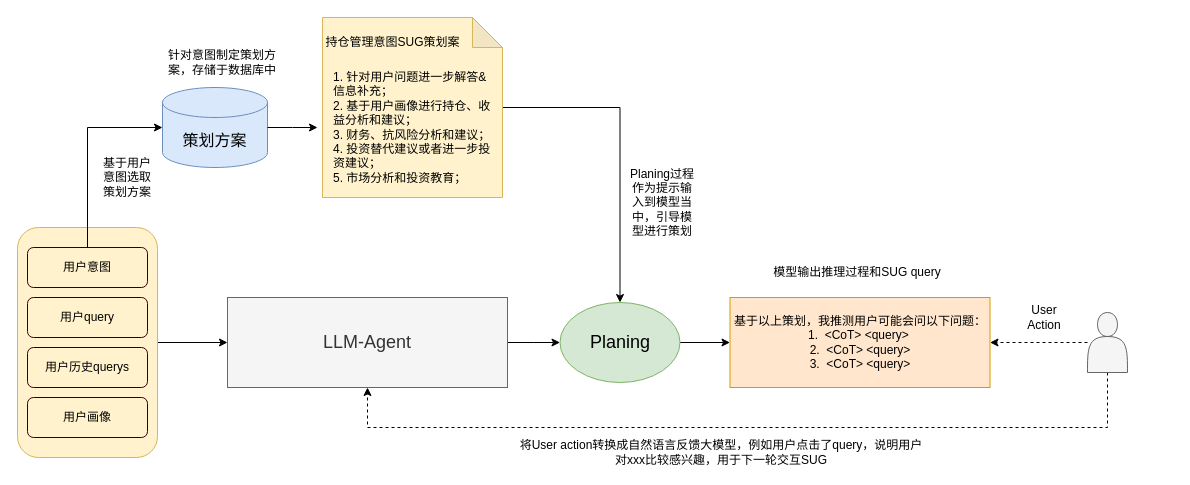
This is SUG-Agent.drawio from ZhangHammer/ZhangHammer, a draw.io file, before an edit. Source tidied: cells renumbered, new cells numbered last; positions are measured from the earlier drawing's top-left corner, leaving out a move shared by most shapes. Both pictures are drawn from the tidied source at 100%, with x=0, y=0 at pixel (17, 17).
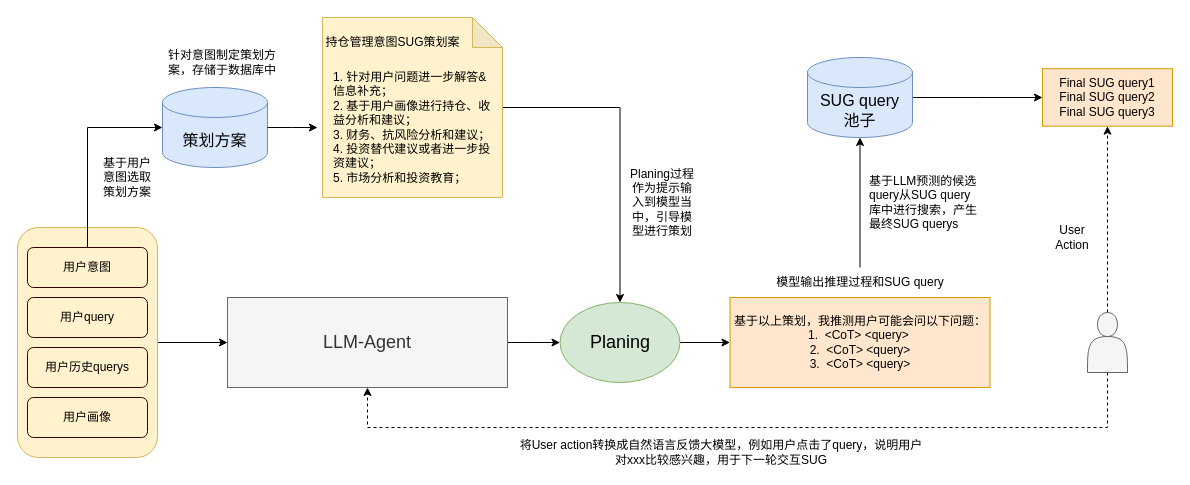
The same page after the edit.

Unchanged cells that the change refers to:
```xml
<mxCell id="20" value="基于以上策划，我推测用户可能会问以下问题：&lt;br style=&quot;border-color: var(--border-color); color: rgb(0, 0, 0);&quot;&gt;&lt;span style=&quot;border-color: var(--border-color); color: rgb(0, 0, 0);&quot;&gt;1.&amp;nbsp; &amp;lt;CoT&amp;gt; &amp;lt;query&amp;gt;&amp;nbsp;&lt;/span&gt;&lt;br style=&quot;border-color: var(--border-color); color: rgb(0, 0, 0);&quot;&gt;&lt;span style=&quot;border-color: var(--border-color); color: rgb(0, 0, 0);&quot;&gt;2.&amp;nbsp; &amp;lt;CoT&amp;gt; &amp;lt;query&amp;gt;&lt;/span&gt;&lt;br style=&quot;border-color: var(--border-color); color: rgb(0, 0, 0);&quot;&gt;&lt;span style=&quot;border-color: var(--border-color); color: rgb(0, 0, 0);&quot;&gt;3.&amp;nbsp; &amp;lt;CoT&amp;gt; &amp;lt;query&amp;gt;&lt;/span&gt;" style="rounded=0;whiteSpace=wrap;html=1;fillColor=#ffe6cc;strokeColor=#d79b00;" parent="1" vertex="1">
  <mxGeometry x="712.5" y="280" width="260" height="90" as="geometry" />
</mxCell>
<mxCell id="26" style="shape=actor;whiteSpace=wrap;html=1;fillColor=#f5f5f5;strokeColor=#666666;fontColor=#333333;" parent="1" vertex="1">
  <mxGeometry x="1070" y="295" width="40" height="60" as="geometry" />
</mxCell>
```

Change to the diagram source:
```diff
@@
+    <mxCell id="29" style="edgeStyle=orthogonalEdgeStyle;rounded=0;jettySize=auto;html=1;" parent="1" edge="1" source="19" target="32">
+      <mxGeometry relative="1" as="geometry" />
+    </mxCell>
     <mxCell id="19" value="模型输出推理过程和SUG query" style="text;html=1;strokeColor=none;fillColor=none;align=center;verticalAlign=middle;whiteSpace=wrap;rounded=0;" parent="1" vertex="1">
-      <mxGeometry x="740" y="240" width="200" height="30" as="geometry" />
+      <mxGeometry x="742.5" y="250" width="200" height="30" as="geometry" />
     </mxCell>
@@
-    <mxCell id="24" style="edgeStyle=orthogonalEdgeStyle;rounded=0;jettySize=auto;html=1;dashed=1;" parent="1" edge="1" source="26" target="20">
-      <mxGeometry relative="1" as="geometry" />
-    </mxCell>
@@
+    <mxCell id="30" style="edgeStyle=orthogonalEdgeStyle;rounded=0;jettySize=auto;html=1;entryX=0.5;entryY=1;entryDx=0;entryDy=0;dashed=1;" parent="1" edge="1" source="26" target="34">
+      <mxGeometry relative="1" as="geometry" />
+    </mxCell>
@@
     <mxCell id="27" value="User Action" style="text;html=1;strokeColor=none;fillColor=none;align=center;verticalAlign=middle;whiteSpace=wrap;rounded=0;" parent="1" vertex="1">
-      <mxGeometry x="997" y="285" width="60" height="30" as="geometry" />
+      <mxGeometry x="1025" y="210" width="60" height="20" as="geometry" />
     </mxCell>
@@
+    <mxCell id="31" style="edgeStyle=orthogonalEdgeStyle;rounded=0;jettySize=auto;html=1;" parent="1" edge="1" source="32" target="34">
+      <mxGeometry relative="1" as="geometry" />
+    </mxCell>
+    <mxCell id="32" value="&lt;font style=&quot;font-size: 16px;&quot;&gt;SUG query&lt;br&gt;池子&lt;br&gt;&lt;/font&gt;" style="shape=cylinder3;whiteSpace=wrap;html=1;boundedLbl=1;backgroundOutline=1;size=15;fillColor=#dae8fc;strokeColor=#6c8ebf;" parent="1" vertex="1">
+      <mxGeometry x="790" y="40" width="105" height="80" as="geometry" />
+    </mxCell>
+    <mxCell id="33" value="基于LLM预测的候选query从SUG query库中进行搜索，产生最终SUG querys" style="text;html=1;strokeColor=none;fillColor=none;align=left;verticalAlign=middle;whiteSpace=wrap;rounded=0;" parent="1" vertex="1">
+      <mxGeometry x="850" y="130" width="110" height="110" as="geometry" />
+    </mxCell>
+    <mxCell id="34" value="Final SUG query1&lt;br&gt;Final SUG query2&lt;br&gt;Final SUG query3" style="rounded=0;whiteSpace=wrap;html=1;fillColor=#ffe6cc;strokeColor=#d79b00;" parent="1" vertex="1">
+      <mxGeometry x="1025" y="51.2" width="130" height="57.5" as="geometry" />
+    </mxCell>
```
